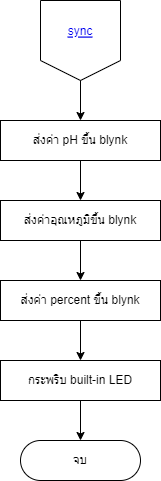
Above: flowcharts/sync.png in thestampr/pHConditioner (draw.io), before the change. Source tidied: cells renumbered, new cells last; positions are measured from the earlier drawing's top-left corner, leaving out a move shared by most shapes.
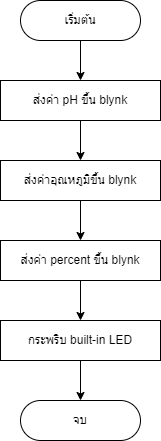
Above is the later version.

The edit, as a diff of the source:
```diff
@@ -34,41 +34,8 @@
     <mxCell id="11" value="จบ" style="rounded=1;whiteSpace=wrap;html=1;fontSize=12;glass=0;strokeWidth=1;shadow=0;arcSize=50;fillColor=none;strokeColor=#000000;fontColor=#000000;" parent="1" vertex="1">
       <mxGeometry x="20" y="440" width="120" height="40" as="geometry" />
     </mxCell>
-    <mxCell id="12" style="group;rounded=0;labelBackgroundColor=none;comic=0;strokeColor=none;fontColor=#000000;fillColor=none;" parent="1" vertex="1">
-      <mxGeometry x="40" width="80" height="80" as="geometry" />
-    </mxCell>
-    <mxCell id="13" style="edgeStyle=none;orthogonalLoop=1;jettySize=auto;html=1;strokeColor=#000000;fontColor=#000000;endArrow=none;endFill=0;" parent="12" edge="1">
-      <mxGeometry relative="1" as="geometry">
-        <mxPoint as="sourcePoint" />
-        <mxPoint x="80" as="targetPoint" />
-      </mxGeometry>
-    </mxCell>
-    <mxCell id="14" style="edgeStyle=none;orthogonalLoop=1;jettySize=auto;html=1;strokeColor=#000000;fontColor=#000000;endArrow=none;endFill=0;" parent="12" edge="1">
-      <mxGeometry relative="1" as="geometry">
-        <mxPoint x="80" as="sourcePoint" />
-        <mxPoint x="80" y="60" as="targetPoint" />
-      </mxGeometry>
-    </mxCell>
-    <mxCell id="15" style="edgeStyle=none;orthogonalLoop=1;jettySize=auto;html=1;strokeColor=#000000;fontColor=#000000;endArrow=none;endFill=0;" parent="12" edge="1">
-      <mxGeometry relative="1" as="geometry">
-        <mxPoint as="sourcePoint" />
-        <mxPoint y="60" as="targetPoint" />
-      </mxGeometry>
-    </mxCell>
-    <mxCell id="16" style="edgeStyle=none;orthogonalLoop=1;jettySize=auto;html=1;strokeColor=#000000;fontColor=#000000;endArrow=none;endFill=0;" parent="12" edge="1">
-      <mxGeometry relative="1" as="geometry">
-        <mxPoint y="60" as="sourcePoint" />
-        <mxPoint x="40" y="80" as="targetPoint" />
-      </mxGeometry>
-    </mxCell>
-    <mxCell id="17" style="edgeStyle=none;orthogonalLoop=1;jettySize=auto;html=1;strokeColor=#000000;fontColor=#000000;endArrow=none;endFill=0;" parent="12" edge="1">
-      <mxGeometry relative="1" as="geometry">
-        <mxPoint x="80" y="60" as="sourcePoint" />
-        <mxPoint x="40" y="80" as="targetPoint" />
-      </mxGeometry>
-    </mxCell>
-    <mxCell id="18" value="sync" style="fontColor=#0000EE;fontStyle=4;rounded=1;overflow=hidden;spacing=10;labelBackgroundColor=none;comic=0;strokeColor=none;fillColor=none;" parent="12" vertex="1">
-      <mxGeometry x="5" y="10" width="70" height="40" as="geometry" />
-    </mxCell>
+    <mxCell id="19" value="เริ่มต้น" style="rounded=1;whiteSpace=wrap;html=1;fontSize=12;glass=0;strokeWidth=1;shadow=0;arcSize=50;fillColor=none;strokeColor=#000000;fontColor=#000000;" parent="1" vertex="1">
+      <mxGeometry x="20" y="40" width="120" height="40" as="geometry" />
+    </mxCell>
   </root>
 </mxGraphModel>
```
